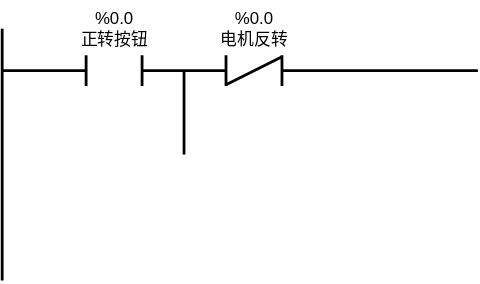
Before: drawio/ZhengFanZhuan.svg, a diagram exported from draw.io (Stolorzs/Picgo). Source tidied: cells renumbered, new cells last; positions are measured from the earlier drawing's top-left corner, leaving out a move shared by most shapes.
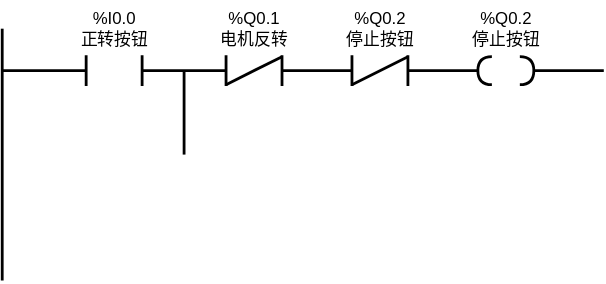
After the change.

The edit, as a diff of the source:
```diff
@@ -8,7 +8,7 @@
     <mxCell id="3" style="line;strokeWidth=2;html=1;" parent="1" vertex="1">
       <mxGeometry y="45" width="60" height="10" as="geometry" />
     </mxCell>
-    <mxCell id="4" value="&lt;div&gt;%0.0&lt;/div&gt;正转按钮" style="text;html=1;align=center;verticalAlign=middle;strokeColor=none;fillColor=none;" parent="1" vertex="1">
+    <mxCell id="4" value="&lt;div&gt;%I0.0&lt;/div&gt;正转按钮" style="text;html=1;align=center;verticalAlign=middle;strokeColor=none;fillColor=none;" parent="1" vertex="1">
       <mxGeometry x="45" width="70" height="40" as="geometry" />
     </mxCell>
     <mxCell id="5" style="group;" parent="1" vertex="1">
@@ -25,11 +25,11 @@
     <mxCell id="8" style="line;strokeWidth=2;html=1;" parent="1" vertex="1">
       <mxGeometry x="100" y="45" width="60" height="10" as="geometry" />
     </mxCell>
-    <mxCell id="9" value="&lt;div&gt;%0.0&lt;/div&gt;电机反转" style="text;html=1;align=center;verticalAlign=middle;strokeColor=none;fillColor=none;" parent="1" vertex="1">
+    <mxCell id="9" value="&lt;div&gt;%Q0.1&lt;/div&gt;电机反转" style="text;html=1;align=center;verticalAlign=middle;strokeColor=none;fillColor=none;" parent="1" vertex="1">
       <mxGeometry x="145" width="70" height="40" as="geometry" />
     </mxCell>
     <mxCell id="10" style="line;strokeWidth=2;html=1;" parent="1" vertex="1">
-      <mxGeometry x="200" y="45" width="140" height="10" as="geometry" />
+      <mxGeometry x="200" y="45" width="50" height="10" as="geometry" />
     </mxCell>
     <mxCell id="11" style="line;strokeWidth=2;direction=south;html=1;" parent="1" vertex="1">
       <mxGeometry x="125" y="50" width="10" height="60" as="geometry" />
@@ -40,5 +40,37 @@
         <mxPoint y="20" as="targetPoint" />
       </mxGeometry>
     </mxCell>
+    <mxCell id="13" style="group;" parent="1" vertex="1">
+      <mxGeometry x="250" y="40" width="40" height="20" as="geometry" />
+    </mxCell>
+    <mxCell id="14" style="shape=partialRectangle;whiteSpace=wrap;html=1;bottom=0;top=0;fillColor=none;strokeWidth=2;" parent="13" vertex="1">
+      <mxGeometry width="40" height="20" as="geometry" />
+    </mxCell>
+    <mxCell id="15" style="endArrow=none;html=1;rounded=0;strokeWidth=2;entryX=1;entryY=0;entryDx=0;entryDy=0;" parent="13" edge="1" target="14">
+      <mxGeometry relative="1" as="geometry">
+        <mxPoint y="20" as="sourcePoint" />
+      </mxGeometry>
+    </mxCell>
+    <mxCell id="16" style="line;strokeWidth=2;html=1;" parent="1" vertex="1">
+      <mxGeometry x="290" y="45" width="50" height="10" as="geometry" />
+    </mxCell>
+    <mxCell id="17" value="&lt;div&gt;%Q0.2&lt;/div&gt;停止按钮" style="text;html=1;align=center;verticalAlign=middle;strokeColor=none;fillColor=none;" parent="1" vertex="1">
+      <mxGeometry x="235" width="70" height="40" as="geometry" />
+    </mxCell>
+    <mxCell id="18" value="&lt;div&gt;%Q0.2&lt;/div&gt;停止按钮" style="text;html=1;align=center;verticalAlign=middle;strokeColor=none;fillColor=none;" parent="1" vertex="1">
+      <mxGeometry x="325" width="70" height="40" as="geometry" />
+    </mxCell>
+    <mxCell id="19" style="group;" parent="1" vertex="1">
+      <mxGeometry x="340" y="40" width="40" height="20" as="geometry" />
+    </mxCell>
+    <mxCell id="20" style="shape=requiredInterface;html=1;verticalLabelPosition=bottom;sketch=0;strokeWidth=2;fillColor=none;" parent="19" vertex="1">
+      <mxGeometry x="30" width="10" height="20" as="geometry" />
+    </mxCell>
+    <mxCell id="21" style="shape=requiredInterface;html=1;verticalLabelPosition=bottom;sketch=0;strokeWidth=2;rotation=-180;fillColor=none;" parent="19" vertex="1">
+      <mxGeometry width="10" height="20" as="geometry" />
+    </mxCell>
+    <mxCell id="22" style="line;strokeWidth=2;html=1;" parent="1" vertex="1">
+      <mxGeometry x="380" y="45" width="50" height="10" as="geometry" />
+    </mxCell>
   </root>
 </mxGraphModel>
```
